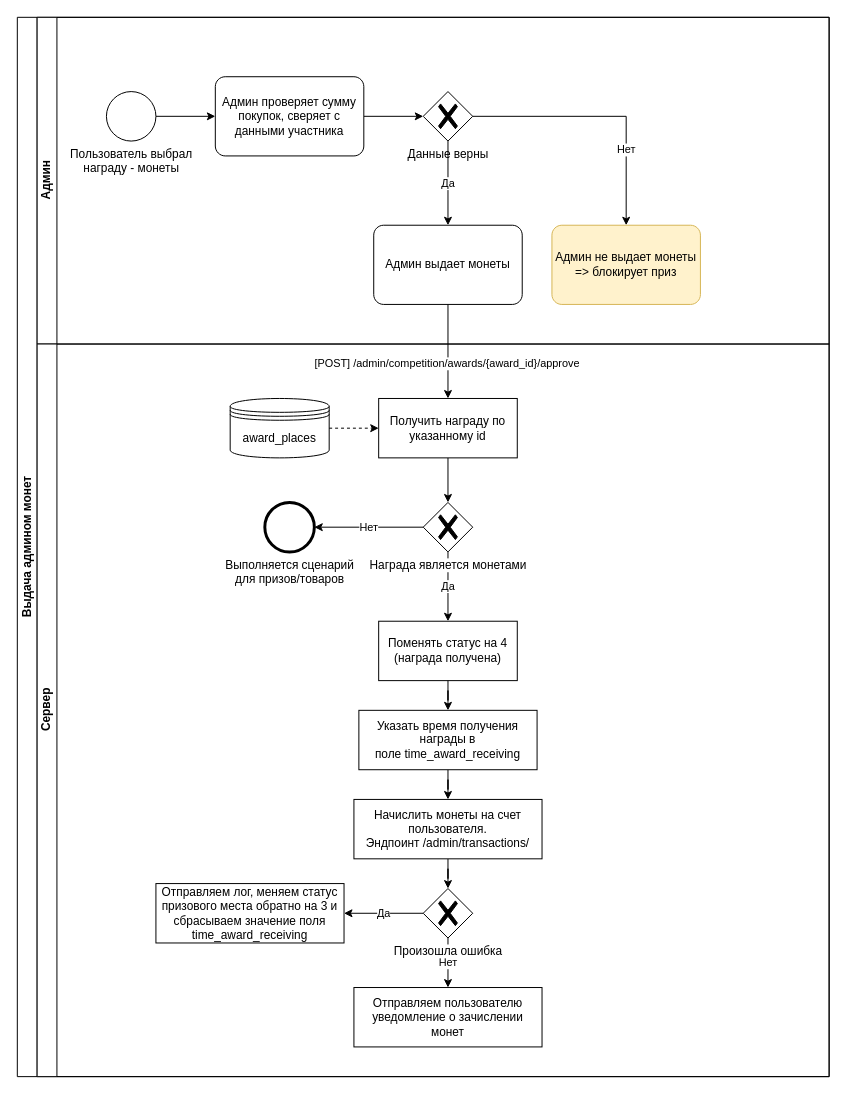
The draw.io diagram page "Выдача админом монет" (4 of 5) of Награждение участников.drawio in aau8/draw.io, before the edit. Source tidied: cells renumbered, new cells numbered last; positions are measured from the earlier drawing's top-left corner, leaving out a move shared by most shapes. Both pictures are drawn from the tidied source at 99%, with x=0, y=0 at pixel (17, 17).
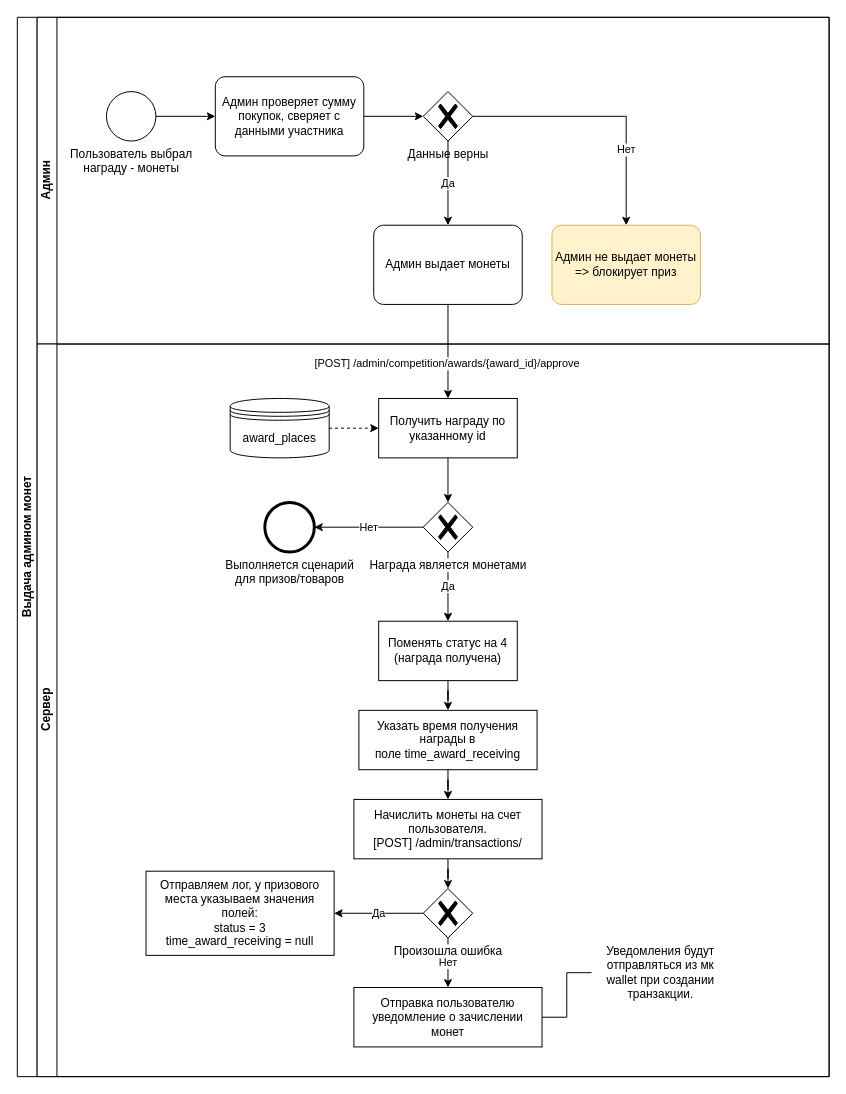
The same page after the edit.

Unchanged cells that the change refers to:
```xml
<mxCell id="13" value="Сервер" style="swimlane;html=1;startSize=20;horizontal=0;" parent="2" vertex="1">
  <mxGeometry x="20" y="330" width="800" height="740" as="geometry" />
</mxCell>
```

What changed in the source:
```diff
@@
-    <mxCell id="24" value="Начислить монеты на счет пользователя.&lt;br&gt;Эндпоинт&amp;nbsp;&lt;span style=&quot;text-align: left;&quot;&gt;/admin/transactions/&lt;/span&gt;" style="whiteSpace=wrap;html=1;" parent="13" vertex="1">
+    <mxCell id="24" value="Начислить монеты на счет пользователя.&lt;br&gt;[POST]&amp;nbsp;&lt;span style=&quot;text-align: left;&quot;&gt;/admin/transactions/&lt;/span&gt;" style="whiteSpace=wrap;html=1;" parent="13" vertex="1">
       <mxGeometry x="320" y="460" width="190" height="60" as="geometry" />
     </mxCell>
@@
-    <mxCell id="31" value="Отправляем лог, меняем статус призового места обратно на 3 и сбрасываем значение поля time_award_receiving" style="whiteSpace=wrap;html=1;" parent="13" vertex="1">
-      <mxGeometry x="120" y="545" width="190" height="60" as="geometry" />
+    <mxCell id="31" value="Отправляем лог, у призового места указываем значения полей:&lt;br&gt;status = 3&lt;br&gt;time_award_receiving = null" style="whiteSpace=wrap;html=1;" parent="13" vertex="1">
+      <mxGeometry x="110" y="532.5" width="190" height="85" as="geometry" />
     </mxCell>
-    <mxCell id="32" value="Отправляем пользователю уведомление о зачислении монет" style="whiteSpace=wrap;html=1;" parent="13" vertex="1">
+    <mxCell id="32" value="Отправка пользователю уведомление о зачислении монет" style="whiteSpace=wrap;html=1;" parent="13" vertex="1">
       <mxGeometry x="320" y="650" width="190" height="60" as="geometry" />
     </mxCell>
+    <mxCell id="35" style="edgeStyle=orthogonalEdgeStyle;rounded=0;jettySize=auto;html=1;endArrow=none;endFill=0;" parent="13" edge="1" source="36" target="32">
+      <mxGeometry relative="1" as="geometry" />
+    </mxCell>
+    <mxCell id="36" value="Уведомления будут отправляться из мк wallet при создании транзакции." style="text;html=1;strokeColor=none;fillColor=none;align=center;verticalAlign=middle;whiteSpace=wrap;rounded=0;" parent="13" vertex="1">
+      <mxGeometry x="560" y="600" width="140" height="70" as="geometry" />
+    </mxCell>
+    <mxCell id="37" style="edgeStyle=orthogonalEdgeStyle;rounded=0;orthogonalLoop=1;jettySize=auto;html=1;exitX=0.5;exitY=1;exitDx=0;exitDy=0;" parent="13" edge="1" source="36" target="36">
+      <mxGeometry relative="1" as="geometry" />
+    </mxCell>
```
